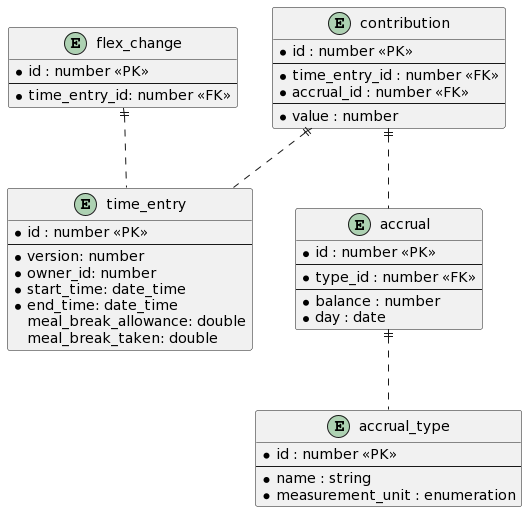
Earlier version of the PlantUML export docs/images/storage-model.png (UKHomeOffice/callisto-accruals-restapi).
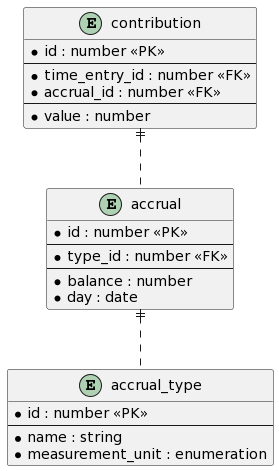
After the commit.

The edit, as a diff of the source:
```diff
@@ -1,21 +1,4 @@
 @startuml
-entity time_entry {
-  * id : number <<PK>>
-  --
-  * version: number
-  * owner_id: number
-  * start_time: date_time
-  * end_time: date_time
-  meal_break_allowance: double
-  meal_break_taken: double
-}
-
-entity flex_change {
-  * id : number <<PK>>
-  --
-  * time_entry_id: number <<FK>>
-}
-
 entity accrual {
   * id : number <<PK>>
   --
@@ -42,6 +25,4 @@
 }
 accrual ||.. accrual_type
 contribution ||.. accrual
-contribution ||.. time_entry
-flex_change ||.. time_entry
 @enduml
```
